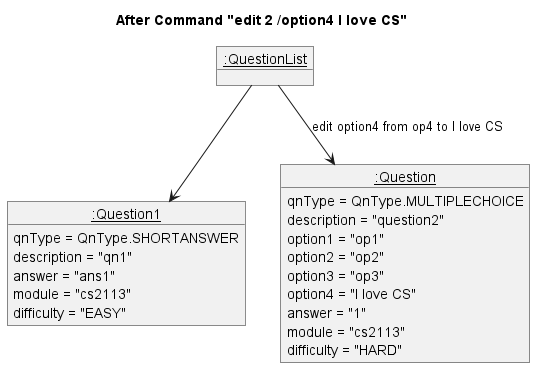
Before: docs/UML/Images/commandEditObjectDiagram2.png, a diagram exported from PlantUML (nus-cs2113-AY2324S1/tp).
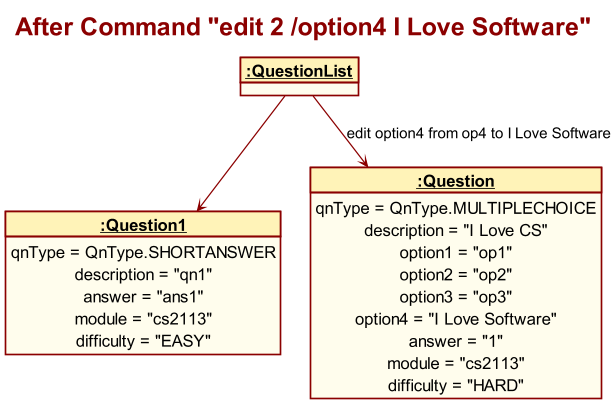
The same file after the commit.

Commit message:
Change Edit and Reformat Diagram

Change to the diagram source:
```diff
@@ -1,5 +1,7 @@
 @startuml
-title After Command "edit 2 /option4 I love CS"
+!include Style.puml
+
+title After Command "edit 2 /option4 I Love Software"
 
 object "__:QuestionList__" as QuestionList
 
@@ -13,16 +15,16 @@
 
 object "__:Question__" as Question2 {
     qnType = QnType.MULTIPLECHOICE
-    description = "question2"
+    description = "I Love CS"
     option1 = "op1"
     option2 = "op2"
     option3 = "op3"
-    option4 = "I love CS"
+    option4 = "I Love Software"
     answer = "1"
     module = "cs2113"
     difficulty = "HARD"
 }
 
 QuestionList --> Question1
-QuestionList --> Question2 : edit option4 from op4 to I love CS
+QuestionList --> Question2 : edit option4 from op4 to I Love Software
 @enduml
```
